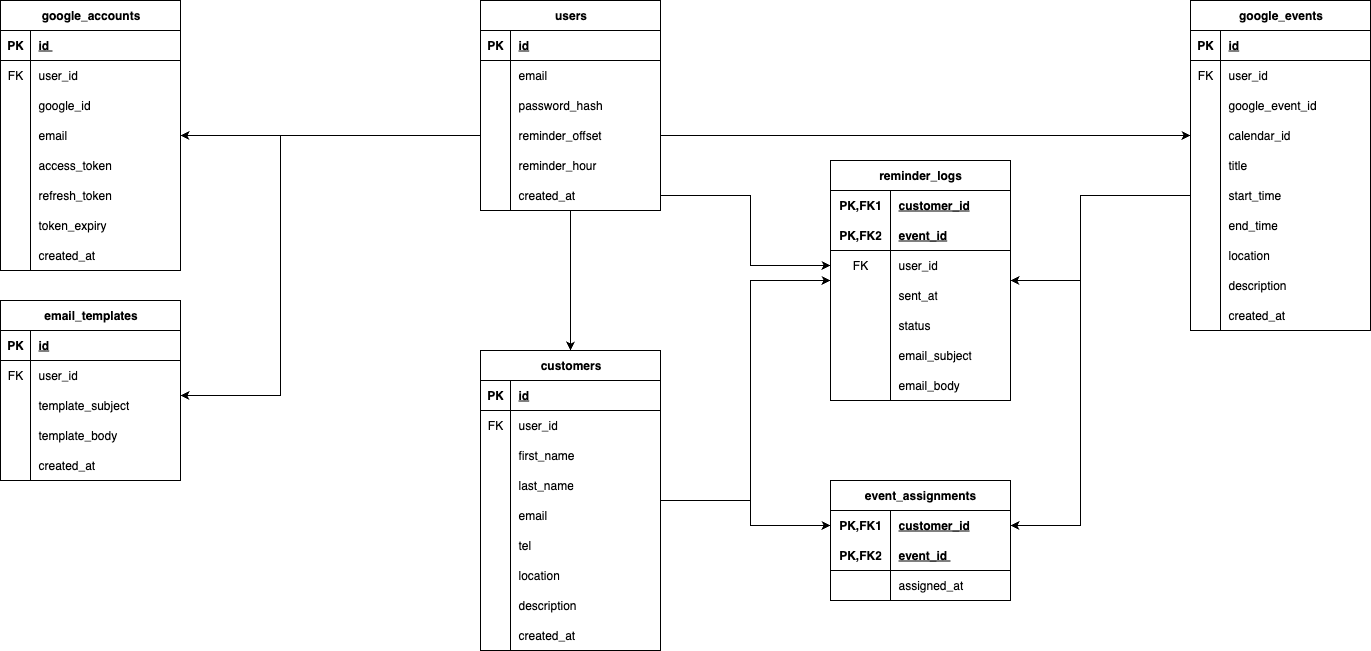
Before: docs/data_model.png, a diagram exported from draw.io (kaitozaw/reminda). Source tidied: cells renumbered, new cells last; positions are measured from the earlier drawing's top-left corner, leaving out a move shared by most shapes.
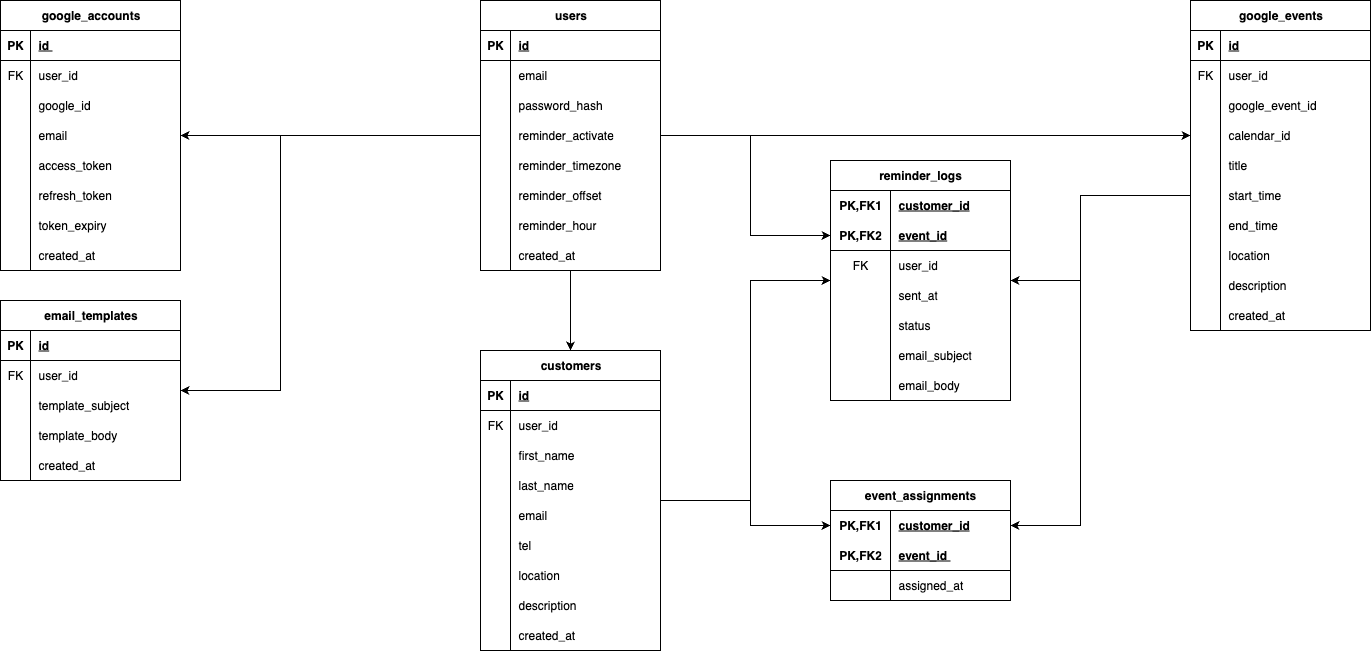
After the commit.

Commit message:
Add reminder_activate and reminder_timezone

Change to the diagram source:
```diff
@@ -5,8 +5,35 @@
     <mxCell id="2" style="edgeStyle=orthogonalEdgeStyle;rounded=0;jettySize=auto;html=1;entryX=0.5;entryY=0;entryDx=0;entryDy=0;" parent="1" edge="1" source="3" target="23">
       <mxGeometry relative="1" as="geometry" />
     </mxCell>
+    <mxCell id="162" style="edgeStyle=orthogonalEdgeStyle;rounded=0;jettySize=auto;html=1;" parent="1" edge="1" source="3" target="51">
+      <mxGeometry relative="1" as="geometry">
+        <Array as="points">
+          <mxPoint x="1060" y="135" />
+          <mxPoint x="1060" y="135" />
+        </Array>
+      </mxGeometry>
+    </mxCell>
+    <mxCell id="163" style="edgeStyle=orthogonalEdgeStyle;rounded=0;jettySize=auto;html=1;entryX=1;entryY=0.5;entryDx=0;entryDy=0;" parent="1" edge="1" source="3" target="124">
+      <mxGeometry relative="1" as="geometry" />
+    </mxCell>
+    <mxCell id="164" style="edgeStyle=orthogonalEdgeStyle;rounded=0;jettySize=auto;html=1;" parent="1" edge="1" source="3" target="142">
+      <mxGeometry relative="1" as="geometry">
+        <Array as="points">
+          <mxPoint x="280" y="135" />
+          <mxPoint x="280" y="390" />
+        </Array>
+      </mxGeometry>
+    </mxCell>
+    <mxCell id="165" style="edgeStyle=orthogonalEdgeStyle;rounded=0;jettySize=auto;html=1;entryX=0;entryY=0.5;entryDx=0;entryDy=0;" parent="1" edge="1" source="3" target="96">
+      <mxGeometry relative="1" as="geometry">
+        <Array as="points">
+          <mxPoint x="750" y="135" />
+          <mxPoint x="750" y="235" />
+        </Array>
+      </mxGeometry>
+    </mxCell>
     <mxCell id="3" value="users" style="shape=table;startSize=30;rowLines=0;fontStyle=1;align=center;html=1;" parent="1" vertex="1">
-      <mxGeometry x="480" width="180" height="210" as="geometry" />
+      <mxGeometry x="480" width="180" height="270" as="geometry" />
     </mxCell>
     <mxCell id="4" style="shape=tableRow;horizontal=0;startSize=0;swimlaneHead=0;swimlaneBody=0;fillColor=none;top=0;left=0;right=0;bottom=1;" parent="3" vertex="1">
       <mxGeometry y="30" width="180" height="30" as="geometry" />
@@ -17,26 +44,44 @@
     <mxCell id="6" value="id" style="shape=partialRectangle;fillColor=none;top=0;left=0;bottom=0;right=0;align=left;spacingLeft=6;fontStyle=5;overflow=hidden;whiteSpace=wrap;html=1;" parent="4" vertex="1">
       <mxGeometry x="30" width="150" height="30" as="geometry" />
     </mxCell>
+    <mxCell id="166" style="shape=tableRow;horizontal=0;startSize=0;swimlaneHead=0;swimlaneBody=0;fillColor=none;top=0;left=0;right=0;bottom=0;" parent="3" vertex="1">
+      <mxGeometry y="60" width="180" height="30" as="geometry" />
+    </mxCell>
+    <mxCell id="167" style="shape=partialRectangle;fillColor=none;top=0;left=0;bottom=0;right=0;overflow=hidden;whiteSpace=wrap;html=1;" parent="166" vertex="1">
+      <mxGeometry width="30" height="30" as="geometry" />
+    </mxCell>
+    <mxCell id="168" value="email" style="shape=partialRectangle;fillColor=none;top=0;left=0;bottom=0;right=0;align=left;spacingLeft=6;overflow=hidden;whiteSpace=wrap;html=1;" parent="166" vertex="1">
+      <mxGeometry x="30" width="150" height="30" as="geometry" />
+    </mxCell>
     <mxCell id="7" style="shape=tableRow;horizontal=0;startSize=0;swimlaneHead=0;swimlaneBody=0;fillColor=none;top=0;left=0;right=0;bottom=0;" parent="3" vertex="1">
-      <mxGeometry y="60" width="180" height="30" as="geometry" />
+      <mxGeometry y="90" width="180" height="30" as="geometry" />
     </mxCell>
     <mxCell id="8" style="shape=partialRectangle;fillColor=none;top=0;left=0;bottom=0;right=0;overflow=hidden;whiteSpace=wrap;html=1;" parent="7" vertex="1">
       <mxGeometry width="30" height="30" as="geometry" />
     </mxCell>
-    <mxCell id="9" value="email" style="shape=partialRectangle;fillColor=none;top=0;left=0;bottom=0;right=0;align=left;spacingLeft=6;overflow=hidden;whiteSpace=wrap;html=1;" parent="7" vertex="1">
+    <mxCell id="9" value="password_hash" style="shape=partialRectangle;fillColor=none;top=0;left=0;bottom=0;right=0;align=left;spacingLeft=6;overflow=hidden;whiteSpace=wrap;html=1;" parent="7" vertex="1">
       <mxGeometry x="30" width="150" height="30" as="geometry" />
     </mxCell>
     <mxCell id="10" style="shape=tableRow;horizontal=0;startSize=0;swimlaneHead=0;swimlaneBody=0;fillColor=none;top=0;left=0;right=0;bottom=0;" parent="3" vertex="1">
-      <mxGeometry y="90" width="180" height="30" as="geometry" />
+      <mxGeometry y="120" width="180" height="30" as="geometry" />
     </mxCell>
     <mxCell id="11" style="shape=partialRectangle;fillColor=none;top=0;left=0;bottom=0;right=0;overflow=hidden;whiteSpace=wrap;html=1;" parent="10" vertex="1">
       <mxGeometry width="30" height="30" as="geometry" />
     </mxCell>
-    <mxCell id="12" value="password_hash" style="shape=partialRectangle;fillColor=none;top=0;left=0;bottom=0;right=0;align=left;spacingLeft=6;overflow=hidden;whiteSpace=wrap;html=1;" parent="10" vertex="1">
+    <mxCell id="12" value="reminder_activate" style="shape=partialRectangle;fillColor=none;top=0;left=0;bottom=0;right=0;align=left;spacingLeft=6;overflow=hidden;whiteSpace=wrap;html=1;" parent="10" vertex="1">
       <mxGeometry x="30" width="150" height="30" as="geometry" />
     </mxCell>
+    <mxCell id="169" style="shape=tableRow;horizontal=0;startSize=0;swimlaneHead=0;swimlaneBody=0;fillColor=none;top=0;left=0;right=0;bottom=0;" parent="3" vertex="1">
+      <mxGeometry y="150" width="180" height="30" as="geometry" />
+    </mxCell>
+    <mxCell id="170" style="shape=partialRectangle;fillColor=none;top=0;left=0;bottom=0;right=0;overflow=hidden;whiteSpace=wrap;html=1;" parent="169" vertex="1">
+      <mxGeometry width="30" height="30" as="geometry" />
+    </mxCell>
+    <mxCell id="171" value="reminder_timezone" style="shape=partialRectangle;fillColor=none;top=0;left=0;bottom=0;right=0;align=left;spacingLeft=6;overflow=hidden;whiteSpace=wrap;html=1;" parent="169" vertex="1">
+      <mxGeometry x="30" width="150" height="30" as="geometry" />
+    </mxCell>
     <mxCell id="13" style="shape=tableRow;horizontal=0;startSize=0;swimlaneHead=0;swimlaneBody=0;fillColor=none;points=[[0,0.5],[1,0.5]];portConstraint=eastwest;top=0;left=0;right=0;bottom=0;" parent="3" vertex="1">
-      <mxGeometry y="120" width="180" height="30" as="geometry" />
+      <mxGeometry y="180" width="180" height="30" as="geometry" />
     </mxCell>
     <mxCell id="14" style="shape=partialRectangle;fillColor=none;top=0;left=0;bottom=0;right=0;overflow=hidden;whiteSpace=wrap;html=1;" parent="13" vertex="1">
       <mxGeometry width="30" height="30" as="geometry" />
@@ -45,7 +90,7 @@
       <mxGeometry x="30" width="150" height="30" as="geometry" />
     </mxCell>
     <mxCell id="16" style="shape=tableRow;horizontal=0;startSize=0;swimlaneHead=0;swimlaneBody=0;fillColor=none;top=0;left=0;right=0;bottom=0;" parent="3" vertex="1">
-      <mxGeometry y="150" width="180" height="30" as="geometry" />
+      <mxGeometry y="210" width="180" height="30" as="geometry" />
     </mxCell>
     <mxCell id="17" style="shape=partialRectangle;fillColor=none;top=0;left=0;bottom=0;right=0;overflow=hidden;whiteSpace=wrap;html=1;" parent="16" vertex="1">
       <mxGeometry width="30" height="30" as="geometry" />
@@ -54,7 +99,7 @@
       <mxGeometry x="30" width="150" height="30" as="geometry" />
     </mxCell>
     <mxCell id="19" style="shape=tableRow;horizontal=0;startSize=0;swimlaneHead=0;swimlaneBody=0;fillColor=none;points=[[0,0.5],[1,0.5]];portConstraint=eastwest;top=0;left=0;right=0;bottom=0;" parent="3" vertex="1">
-      <mxGeometry y="180" width="180" height="30" as="geometry" />
+      <mxGeometry y="240" width="180" height="30" as="geometry" />
     </mxCell>
     <mxCell id="20" style="shape=partialRectangle;fillColor=none;top=0;left=0;bottom=0;right=0;overflow=hidden;whiteSpace=wrap;html=1;" parent="19" vertex="1">
       <mxGeometry width="30" height="30" as="geometry" />
@@ -418,26 +463,6 @@
     <mxCell id="138" value="created_at" style="shape=partialRectangle;fillColor=none;top=0;left=0;bottom=0;right=0;align=left;spacingLeft=6;overflow=hidden;whiteSpace=wrap;html=1;" parent="136" vertex="1">
       <mxGeometry x="30" width="150" height="30" as="geometry" />
     </mxCell>
-    <mxCell id="139" style="edgeStyle=orthogonalEdgeStyle;rounded=0;jettySize=auto;html=1;" parent="1" edge="1" source="13" target="51">
-      <mxGeometry relative="1" as="geometry">
-        <Array as="points">
-          <mxPoint x="1060" y="135" />
-          <mxPoint x="1060" y="135" />
-        </Array>
-      </mxGeometry>
-    </mxCell>
-    <mxCell id="140" style="edgeStyle=orthogonalEdgeStyle;rounded=0;jettySize=auto;html=1;entryX=1;entryY=0.5;entryDx=0;entryDy=0;" parent="1" edge="1" source="13" target="124">
-      <mxGeometry relative="1" as="geometry" />
-    </mxCell>
-    <mxCell id="141" style="edgeStyle=orthogonalEdgeStyle;rounded=0;jettySize=auto;html=1;" parent="1" edge="1" source="13">
-      <mxGeometry relative="1" as="geometry">
-        <mxPoint x="180" y="395" as="targetPoint" />
-        <Array as="points">
-          <mxPoint x="280" y="135" />
-          <mxPoint x="280" y="395" />
-        </Array>
-      </mxGeometry>
-    </mxCell>
     <mxCell id="142" value="email_templates" style="shape=table;startSize=30;rowLines=0;fontStyle=1;align=center;html=1;" parent="1" vertex="1">
       <mxGeometry y="300" width="180" height="180" as="geometry" />
     </mxCell>
@@ -494,14 +519,6 @@
         </Array>
       </mxGeometry>
     </mxCell>
-    <mxCell id="159" style="edgeStyle=orthogonalEdgeStyle;rounded=0;jettySize=auto;html=1;" parent="1" edge="1" source="19" target="99">
-      <mxGeometry relative="1" as="geometry">
-        <Array as="points">
-          <mxPoint x="750" y="195" />
-          <mxPoint x="750" y="265" />
-        </Array>
-      </mxGeometry>
-    </mxCell>
     <mxCell id="160" style="edgeStyle=orthogonalEdgeStyle;rounded=0;jettySize=auto;html=1;entryX=0;entryY=0.5;entryDx=0;entryDy=0;" parent="1" edge="1" source="36" target="83">
       <mxGeometry relative="1" as="geometry">
         <Array as="points">
```
